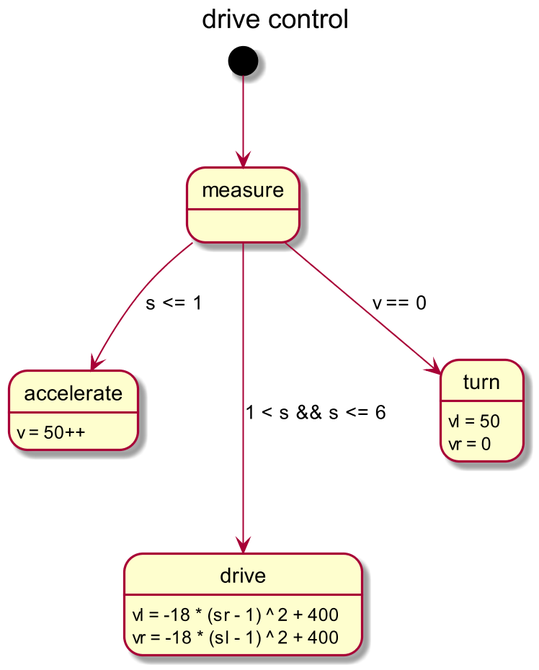
Earlier version of the PlantUML export Zumo/Zumo_drive_control.png (orje/Zumo_QM_QPnano).
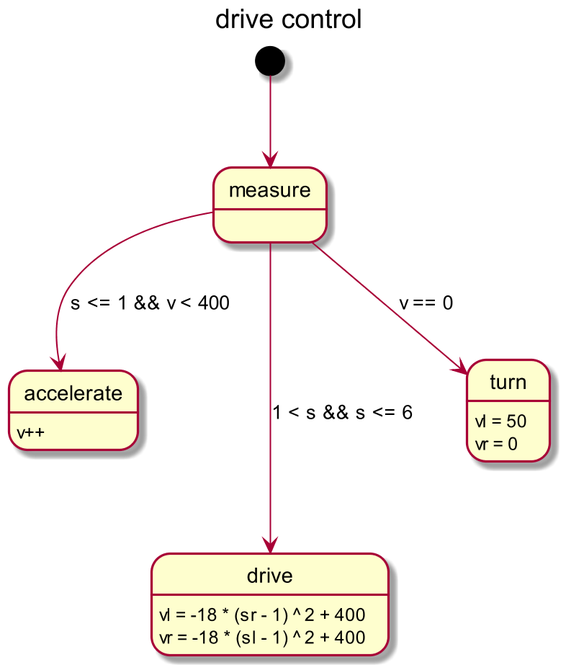
Above is the later version.

The edit, as a diff of the source:
```diff
@@ -5,8 +5,8 @@
 title drive control
 
 [*] -down-> measure
-measure -down-> accelerate : s <= 1
-accelerate : v = 50++
+measure -down-> accelerate : s <= 1 && v < 400
+accelerate : v++
 measure --down-> drive : 1 < s && s <= 6
 drive : vl = -18 * (sr - 1) ^ 2 + 400
 drive : vr = -18 * (sl - 1) ^ 2 + 400
```
